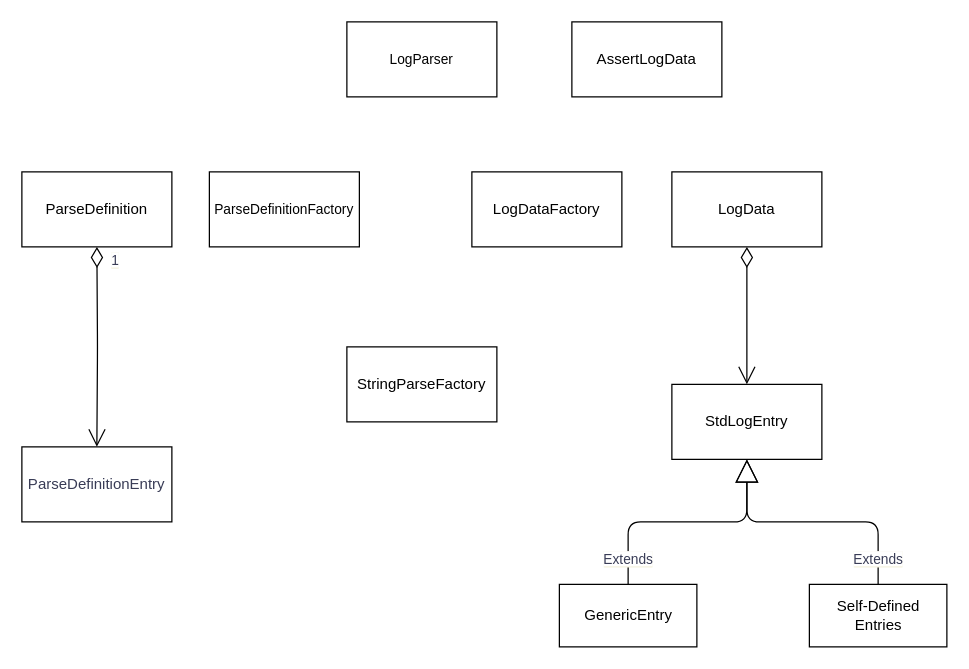
Before: page "Classes" (1 of 3) of diagrams/Log_Parser.drawio in adobe/log-parser, a draw.io diagram. Source tidied: cells renumbered, new cells numbered last; positions are measured from the earlier drawing's top-left corner, leaving out a move shared by most shapes. Both pictures are drawn from the tidied source at 125%, with x=0, y=0 at pixel (21, 21).
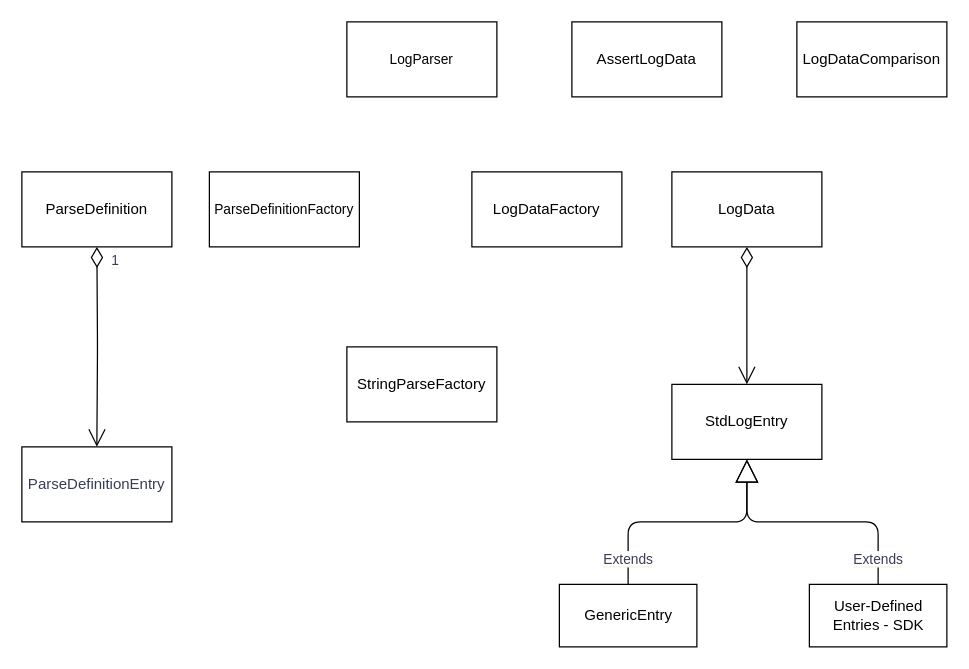
After the change.

What changed in the source:
```diff
@@
-    <mxCell id="11" value="Self-Defined &lt;br&gt;Entries" style="html=1;" parent="1" vertex="1">
+    <mxCell id="11" value="User-Defined &lt;br&gt;Entries - SDK" style="html=1;" parent="1" vertex="1">
       <mxGeometry x="630" y="450" width="110" height="50" as="geometry" />
     </mxCell>
@@
+    <mxCell id="17" value="LogDataComparison" style="rounded=0;whiteSpace=wrap;html=1;" parent="1" vertex="1">
+      <mxGeometry x="620" width="120" height="60" as="geometry" />
+    </mxCell>
```
